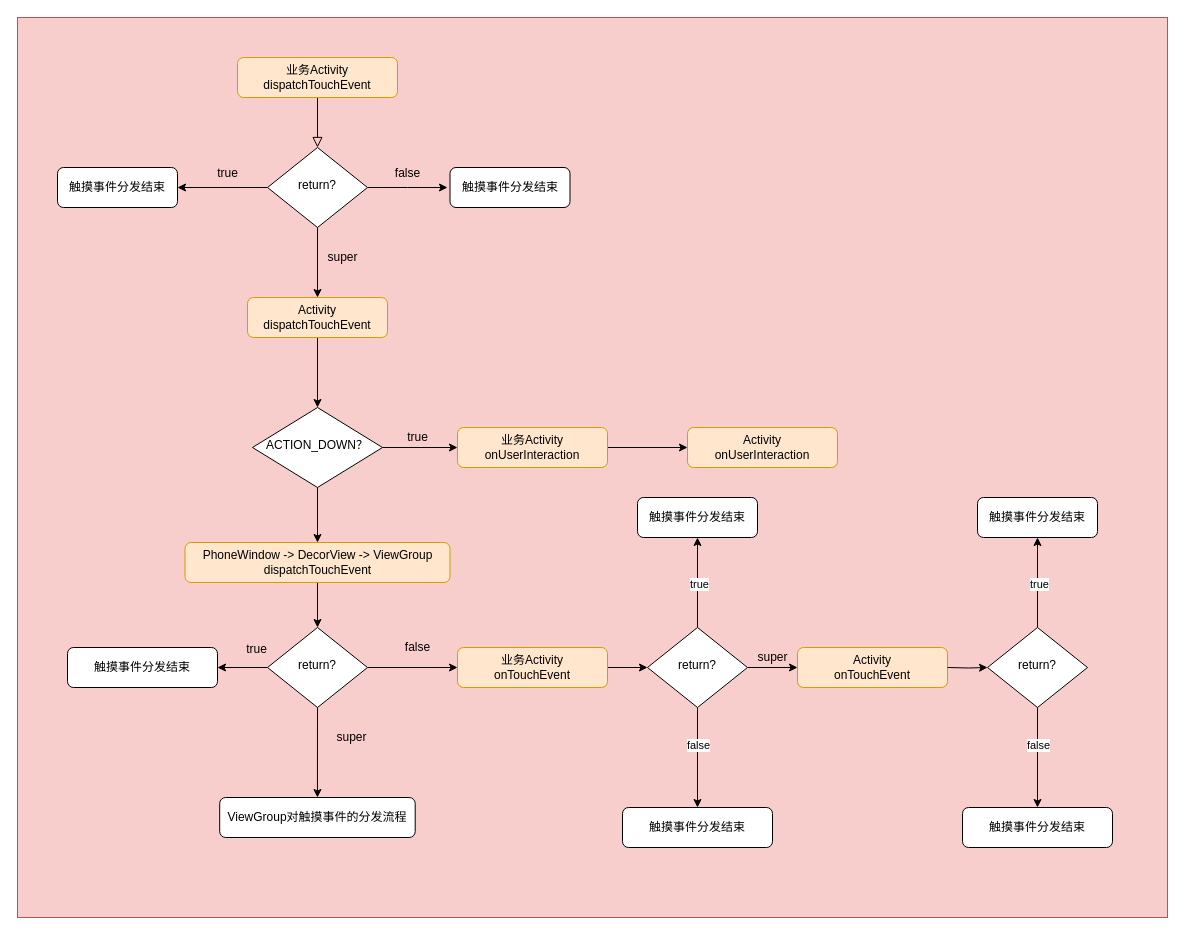
Earlier version of the draw.io diagram View/Untitled Diagram.drawio (chaozhouzhang/learning-summary). Source tidied: cells renumbered, new cells numbered last; positions are measured from the earlier drawing's top-left corner, leaving out a move shared by most shapes. Both pictures are drawn from the tidied source at 100%, with x=0, y=0 at pixel (17, 17).
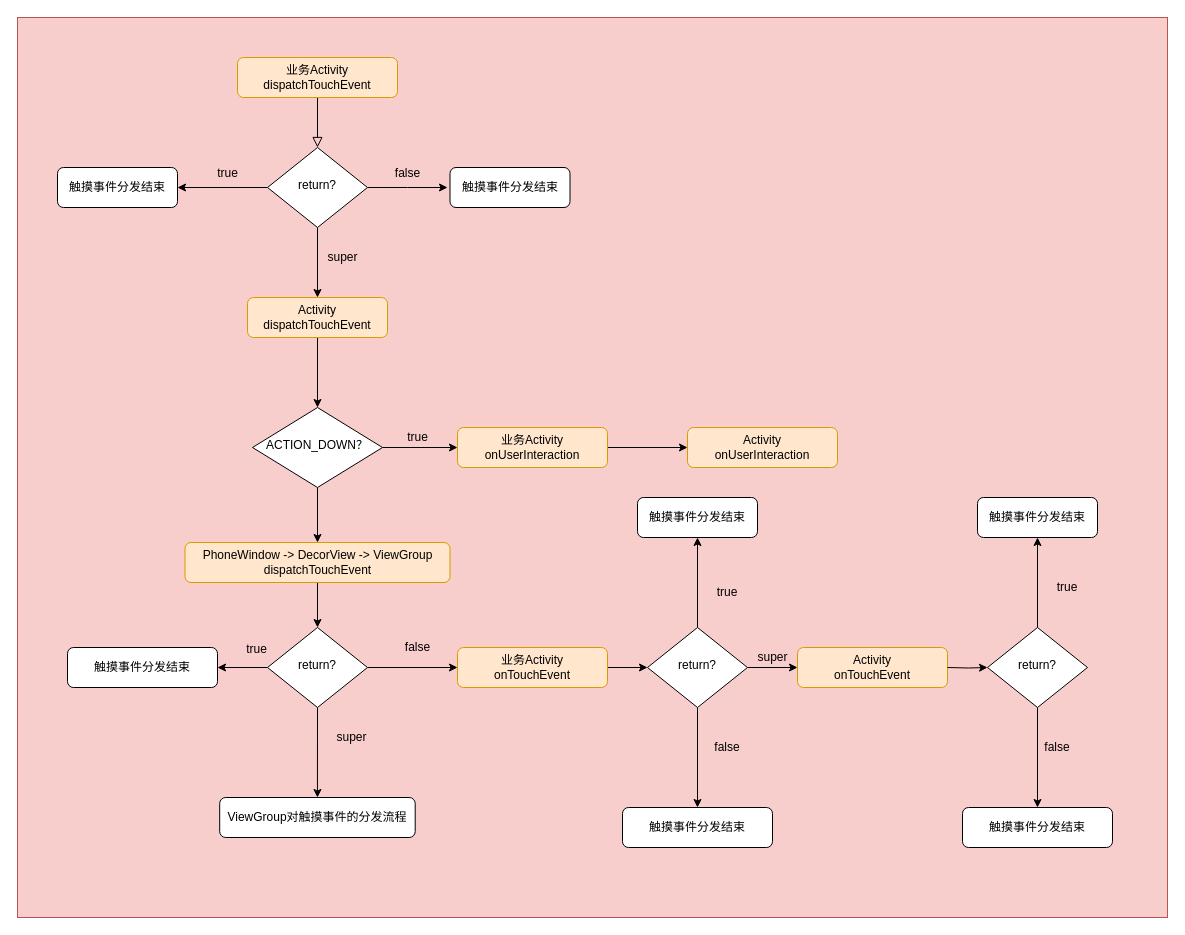
Above is the later version.

The change refers to these unchanged cells:
```xml
<mxCell id="34" style="edgeStyle=orthogonalEdgeStyle;rounded=0;jettySize=auto;html=1;" parent="1" edge="1" source="39" target="40">
  <mxGeometry relative="1" as="geometry" />
</mxCell>
<mxCell id="36" style="edgeStyle=orthogonalEdgeStyle;rounded=0;jettySize=auto;html=1;entryX=0.5;entryY=1;entryDx=0;entryDy=0;" parent="1" edge="1" source="39" target="41">
  <mxGeometry relative="1" as="geometry" />
</mxCell>
<mxCell id="44" style="edgeStyle=orthogonalEdgeStyle;rounded=0;jettySize=auto;html=1;" parent="1" edge="1" source="48" target="49">
  <mxGeometry relative="1" as="geometry" />
</mxCell>
<mxCell id="46" style="edgeStyle=orthogonalEdgeStyle;rounded=0;jettySize=auto;html=1;entryX=0.5;entryY=1;entryDx=0;entryDy=0;" parent="1" edge="1" source="48" target="50">
  <mxGeometry relative="1" as="geometry" />
</mxCell>
```

The edit, as a diff of the source:
```diff
@@
-    <mxCell id="35" value="false" style="edgeLabel;html=1;align=center;verticalAlign=middle;" parent="34" vertex="1">
-      <mxGeometry x="-0.26" relative="1" as="geometry" />
-    </mxCell>
@@
-    <mxCell id="37" value="true" style="edgeLabel;html=1;align=center;verticalAlign=middle;" parent="36" vertex="1">
-      <mxGeometry x="-0.02" y="-1" relative="1" as="geometry" />
-    </mxCell>
@@
-    <mxCell id="45" value="false" style="edgeLabel;html=1;align=center;verticalAlign=middle;" parent="44" vertex="1">
-      <mxGeometry x="-0.26" relative="1" as="geometry" />
-    </mxCell>
@@
-    <mxCell id="47" value="true" style="edgeLabel;html=1;align=center;verticalAlign=middle;" parent="46" vertex="1">
-      <mxGeometry x="-0.02" y="-1" relative="1" as="geometry" />
-    </mxCell>
@@
+    <mxCell id="54" value="true" style="text;html=1;strokeColor=none;fillColor=none;align=center;verticalAlign=middle;whiteSpace=wrap;rounded=0;" parent="1" vertex="1">
+      <mxGeometry x="690" y="565" width="40" height="20" as="geometry" />
+    </mxCell>
+    <mxCell id="55" value="false" style="text;html=1;strokeColor=none;fillColor=none;align=center;verticalAlign=middle;whiteSpace=wrap;rounded=0;" parent="1" vertex="1">
+      <mxGeometry x="690" y="720" width="40" height="20" as="geometry" />
+    </mxCell>
+    <mxCell id="56" value="true" style="text;html=1;strokeColor=none;fillColor=none;align=center;verticalAlign=middle;whiteSpace=wrap;rounded=0;" parent="1" vertex="1">
+      <mxGeometry x="1030" y="560" width="40" height="20" as="geometry" />
+    </mxCell>
+    <mxCell id="57" value="false" style="text;html=1;strokeColor=none;fillColor=none;align=center;verticalAlign=middle;whiteSpace=wrap;rounded=0;" parent="1" vertex="1">
+      <mxGeometry x="1020" y="720" width="40" height="20" as="geometry" />
+    </mxCell>
```
